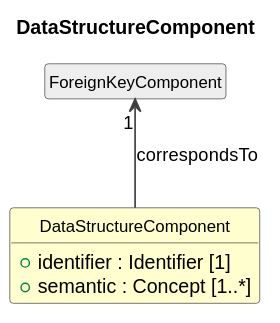
This is cdif-uml-model/_plantuml/cdifDataStructure/Classes/DataStructureComponent.svg from Cross-Domain-Interoperability-Framework/metadataBuildingBlocks, a PlantUML export, as it was before one commit. Its diagram source:
```plantuml
@startuml
title DataStructureComponent
hide circle
hide empty members
skinparam shadowing false
skinparam ArrowThickness 1.2
skinparam class {
  ArrowColor #404040
  BorderColor #404040
  FontSize 12
}

class "DataStructureComponent" as DataStructureComponent #FEFECE {
  +identifier : Identifier [1]
  +semantic : Concept [1..*]
}
class "ForeignKeyComponent" as ForeignKeyComponent #EEEEEE
ForeignKeyComponent "1" <-- DataStructureComponent : correspondsTo
@enduml
```
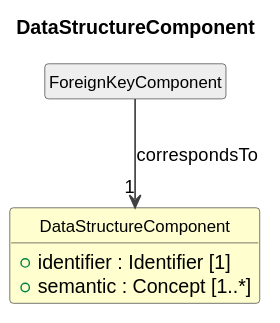
After the commit.

What changed in the source:
```diff
@@ -15,5 +15,5 @@
   +semantic : Concept [1..*]
 }
 class "ForeignKeyComponent" as ForeignKeyComponent #EEEEEE
-ForeignKeyComponent "1" <-- DataStructureComponent : correspondsTo
+ForeignKeyComponent --> "1" DataStructureComponent : correspondsTo
 @enduml
```
